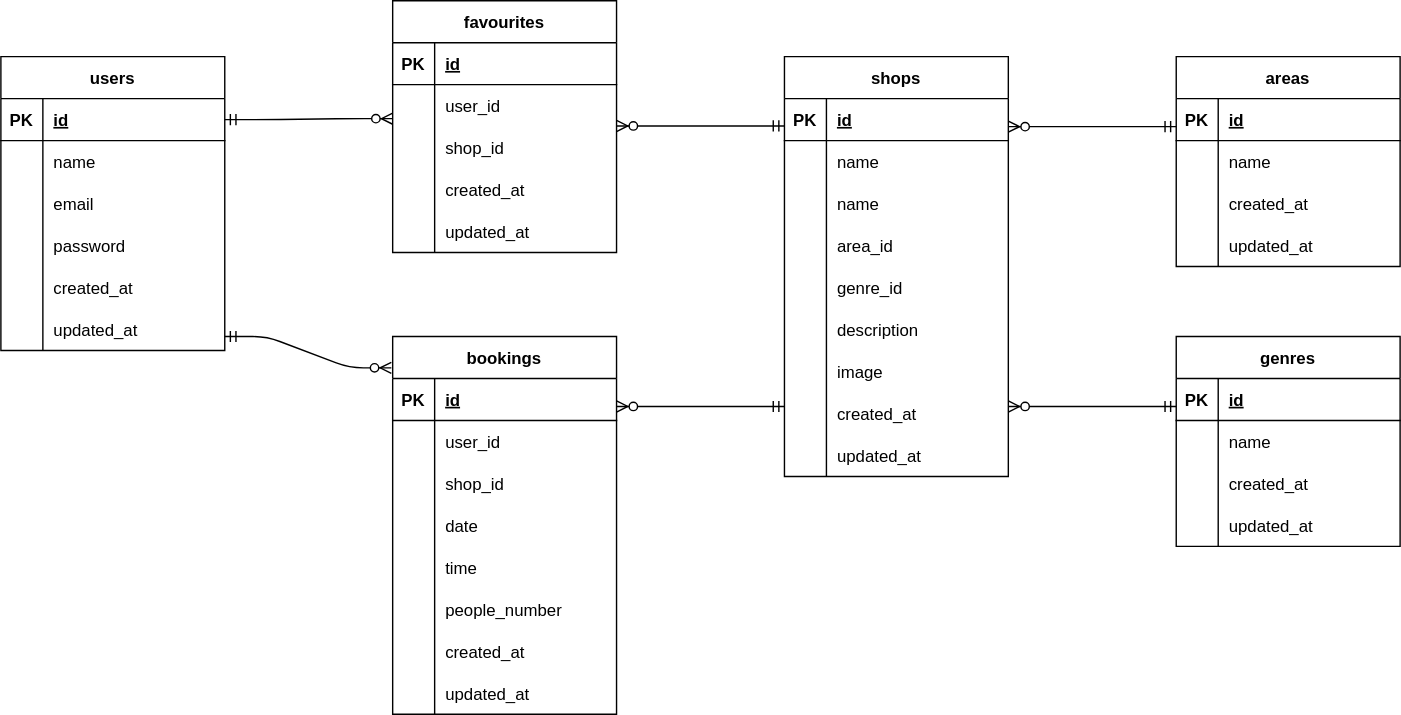
This is index.drawio.svg from MiyokoNakada/20240603_Rese, a draw.io export, as it was before one commit. Source tidied: cells renumbered, new cells last; positions are measured from the earlier drawing's top-left corner, leaving out a move shared by most shapes.
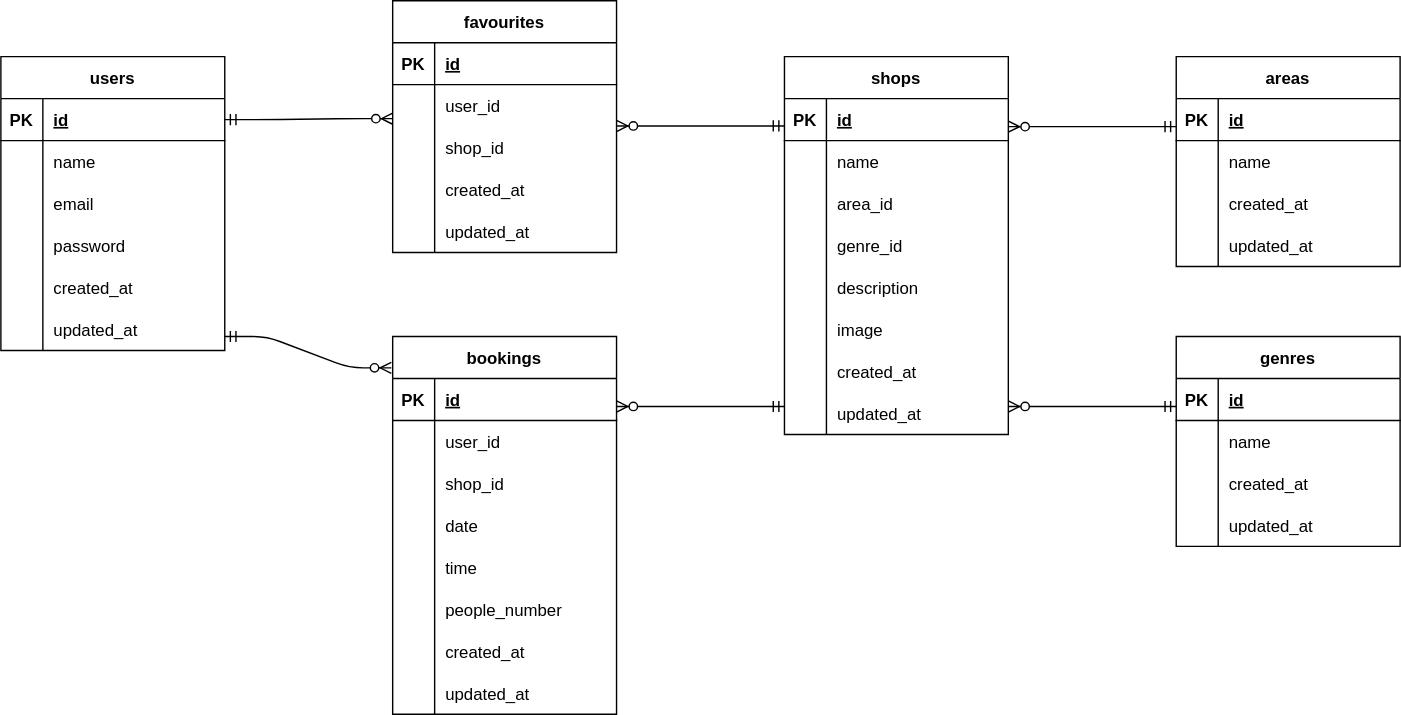
After the commit.

Change to the diagram source:
```diff
@@ -108,7 +108,7 @@
       <mxGeometry x="30" width="130" height="30" as="geometry" />
     </mxCell>
     <mxCell id="37" value="shops" style="shape=table;startSize=30;rowLines=0;fontStyle=1;align=center;" parent="1" vertex="1">
-      <mxGeometry x="560" y="40" width="160" height="300" as="geometry" />
+      <mxGeometry x="560" y="40" width="160" height="270" as="geometry" />
     </mxCell>
     <mxCell id="38" style="shape=tableRow;horizontal=0;startSize=0;swimlaneHead=0;swimlaneBody=0;fillColor=none;top=0;left=0;right=0;bottom=1;" parent="37" vertex="1">
       <mxGeometry y="30" width="160" height="30" as="geometry" />
@@ -128,17 +128,8 @@
     <mxCell id="43" value="name" style="shape=partialRectangle;fillColor=none;top=0;left=0;bottom=0;right=0;align=left;spacingLeft=6;overflow=hidden;" parent="41" vertex="1">
       <mxGeometry x="30" width="130" height="30" as="geometry" />
     </mxCell>
-    <mxCell id="44" style="shape=tableRow;horizontal=0;startSize=0;swimlaneHead=0;swimlaneBody=0;fillColor=none;top=0;left=0;right=0;bottom=0;" parent="37" vertex="1">
-      <mxGeometry y="90" width="160" height="30" as="geometry" />
-    </mxCell>
-    <mxCell id="45" style="shape=partialRectangle;fillColor=none;top=0;left=0;bottom=0;right=0;overflow=hidden;" parent="44" vertex="1">
-      <mxGeometry width="30" height="30" as="geometry" />
-    </mxCell>
-    <mxCell id="46" value="name" style="shape=partialRectangle;fillColor=none;top=0;left=0;bottom=0;right=0;align=left;spacingLeft=6;overflow=hidden;" parent="44" vertex="1">
-      <mxGeometry x="30" width="130" height="30" as="geometry" />
-    </mxCell>
     <mxCell id="47" style="shape=tableRow;horizontal=0;startSize=0;swimlaneHead=0;swimlaneBody=0;fillColor=none;top=0;left=0;right=0;bottom=0;" parent="37" vertex="1">
-      <mxGeometry y="120" width="160" height="30" as="geometry" />
+      <mxGeometry y="90" width="160" height="30" as="geometry" />
     </mxCell>
     <mxCell id="48" style="shape=partialRectangle;fillColor=none;top=0;left=0;bottom=0;right=0;overflow=hidden;" parent="47" vertex="1">
       <mxGeometry width="30" height="30" as="geometry" />
@@ -147,7 +138,7 @@
       <mxGeometry x="30" width="130" height="30" as="geometry" />
     </mxCell>
     <mxCell id="50" style="shape=tableRow;horizontal=0;startSize=0;swimlaneHead=0;swimlaneBody=0;fillColor=none;top=0;left=0;right=0;bottom=0;" parent="37" vertex="1">
-      <mxGeometry y="150" width="160" height="30" as="geometry" />
+      <mxGeometry y="120" width="160" height="30" as="geometry" />
     </mxCell>
     <mxCell id="51" style="shape=partialRectangle;fillColor=none;top=0;left=0;bottom=0;right=0;overflow=hidden;" parent="50" vertex="1">
       <mxGeometry width="30" height="30" as="geometry" />
@@ -156,7 +147,7 @@
       <mxGeometry x="30" width="130" height="30" as="geometry" />
     </mxCell>
     <mxCell id="53" style="shape=tableRow;horizontal=0;startSize=0;swimlaneHead=0;swimlaneBody=0;fillColor=none;top=0;left=0;right=0;bottom=0;" parent="37" vertex="1">
-      <mxGeometry y="180" width="160" height="30" as="geometry" />
+      <mxGeometry y="150" width="160" height="30" as="geometry" />
     </mxCell>
     <mxCell id="54" style="shape=partialRectangle;fillColor=none;top=0;left=0;bottom=0;right=0;overflow=hidden;" parent="53" vertex="1">
       <mxGeometry width="30" height="30" as="geometry" />
@@ -165,7 +156,7 @@
       <mxGeometry x="30" width="130" height="30" as="geometry" />
     </mxCell>
     <mxCell id="56" style="shape=tableRow;horizontal=0;startSize=0;swimlaneHead=0;swimlaneBody=0;fillColor=none;top=0;left=0;right=0;bottom=0;" parent="37" vertex="1">
-      <mxGeometry y="210" width="160" height="30" as="geometry" />
+      <mxGeometry y="180" width="160" height="30" as="geometry" />
     </mxCell>
     <mxCell id="57" style="shape=partialRectangle;fillColor=none;top=0;left=0;bottom=0;right=0;overflow=hidden;" parent="56" vertex="1">
       <mxGeometry width="30" height="30" as="geometry" />
@@ -174,7 +165,7 @@
       <mxGeometry x="30" width="130" height="30" as="geometry" />
     </mxCell>
     <mxCell id="59" style="shape=tableRow;horizontal=0;startSize=0;swimlaneHead=0;swimlaneBody=0;fillColor=none;top=0;left=0;right=0;bottom=0;" parent="37" vertex="1">
-      <mxGeometry y="240" width="160" height="30" as="geometry" />
+      <mxGeometry y="210" width="160" height="30" as="geometry" />
     </mxCell>
     <mxCell id="60" style="shape=partialRectangle;fillColor=none;top=0;left=0;bottom=0;right=0;overflow=hidden;" parent="59" vertex="1">
       <mxGeometry width="30" height="30" as="geometry" />
@@ -183,7 +174,7 @@
       <mxGeometry x="30" width="130" height="30" as="geometry" />
     </mxCell>
     <mxCell id="62" style="shape=tableRow;horizontal=0;startSize=0;swimlaneHead=0;swimlaneBody=0;fillColor=none;top=0;left=0;right=0;bottom=0;" parent="37" vertex="1">
-      <mxGeometry y="270" width="160" height="30" as="geometry" />
+      <mxGeometry y="240" width="160" height="30" as="geometry" />
     </mxCell>
     <mxCell id="63" style="shape=partialRectangle;fillColor=none;top=0;left=0;bottom=0;right=0;overflow=hidden;" parent="62" vertex="1">
       <mxGeometry width="30" height="30" as="geometry" />
```
